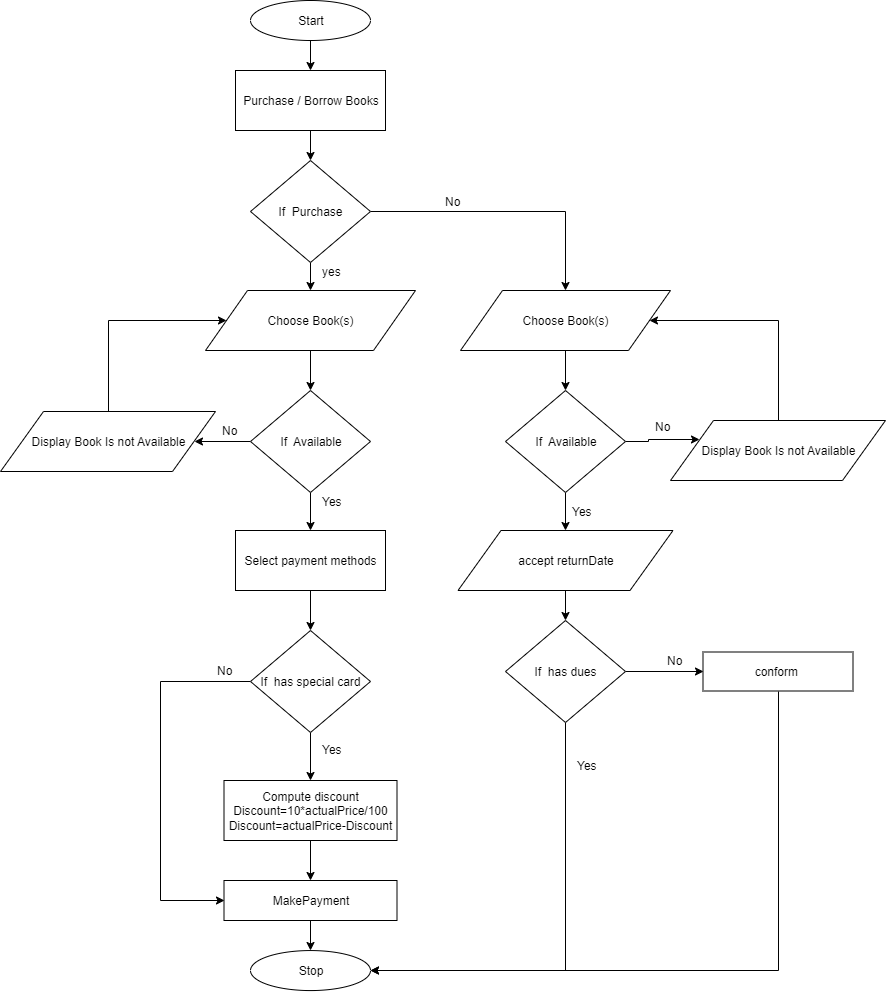
The draw.io diagram LibraryMngmntPurchaseOrBorrowUseCase.png in imads33/week1, before a commit. Source tidied: cells renumbered, new cells last; positions are measured from the earlier drawing's top-left corner, leaving out a move shared by most shapes. Source of this version:
```xml
<mxGraphModel>
  <root>
    <mxCell id="0" />
    <mxCell id="1" parent="0" />
    <mxCell id="2" style="edgeStyle=orthogonalEdgeStyle;rounded=0;jettySize=auto;html=1;" parent="1" edge="1" source="3" target="9">
      <mxGeometry relative="1" as="geometry" />
    </mxCell>
    <mxCell id="3" value="Start" style="ellipse;whiteSpace=wrap;html=1;" parent="1" vertex="1">
      <mxGeometry x="250" width="120" height="40" as="geometry" />
    </mxCell>
    <mxCell id="4" value="Stop" style="ellipse;whiteSpace=wrap;html=1;" parent="1" vertex="1">
      <mxGeometry x="250" y="950.1" width="120" height="40" as="geometry" />
    </mxCell>
    <mxCell id="5" style="edgeStyle=orthogonalEdgeStyle;rounded=0;jettySize=auto;html=1;" parent="1" edge="1" source="7" target="11">
      <mxGeometry relative="1" as="geometry" />
    </mxCell>
    <mxCell id="6" style="edgeStyle=orthogonalEdgeStyle;rounded=0;jettySize=auto;html=1;entryX=0.5;entryY=0;entryDx=0;entryDy=0;" parent="1" edge="1" source="7" target="32">
      <mxGeometry relative="1" as="geometry" />
    </mxCell>
    <mxCell id="7" value="If&amp;nbsp; Purchase" style="rhombus;whiteSpace=wrap;html=1;" parent="1" vertex="1">
      <mxGeometry x="250" y="160" width="120" height="102" as="geometry" />
    </mxCell>
    <mxCell id="8" style="edgeStyle=orthogonalEdgeStyle;rounded=0;jettySize=auto;html=1;" parent="1" edge="1" source="9" target="7">
      <mxGeometry relative="1" as="geometry" />
    </mxCell>
    <mxCell id="9" value="Purchase / Borrow Books" style="rounded=0;whiteSpace=wrap;html=1;" parent="1" vertex="1">
      <mxGeometry x="235" y="70" width="150" height="60" as="geometry" />
    </mxCell>
    <mxCell id="10" style="edgeStyle=orthogonalEdgeStyle;rounded=0;jettySize=auto;html=1;entryX=0.5;entryY=0;entryDx=0;entryDy=0;" parent="1" edge="1" source="11" target="16">
      <mxGeometry relative="1" as="geometry" />
    </mxCell>
    <mxCell id="11" value="Choose Book(s)" style="shape=parallelogram;perimeter=parallelogramPerimeter;whiteSpace=wrap;html=1;" parent="1" vertex="1">
      <mxGeometry x="205" y="290" width="210" height="60" as="geometry" />
    </mxCell>
    <mxCell id="12" style="edgeStyle=orthogonalEdgeStyle;rounded=0;jettySize=auto;html=1;entryX=0;entryY=0.5;entryDx=0;entryDy=0;" parent="1" edge="1" source="13" target="11">
      <mxGeometry relative="1" as="geometry">
        <Array as="points">
          <mxPoint x="108" y="320" />
        </Array>
      </mxGeometry>
    </mxCell>
    <mxCell id="13" value="Display Book Is not Available" style="shape=parallelogram;perimeter=parallelogramPerimeter;whiteSpace=wrap;html=1;" parent="1" vertex="1">
      <mxGeometry y="411" width="215" height="60" as="geometry" />
    </mxCell>
    <mxCell id="14" style="edgeStyle=orthogonalEdgeStyle;rounded=0;jettySize=auto;html=1;entryX=1;entryY=0.5;entryDx=0;entryDy=0;" parent="1" edge="1" source="16" target="13">
      <mxGeometry relative="1" as="geometry" />
    </mxCell>
    <mxCell id="15" style="edgeStyle=orthogonalEdgeStyle;rounded=0;jettySize=auto;html=1;entryX=0.5;entryY=0;entryDx=0;entryDy=0;" parent="1" edge="1" source="16" target="19">
      <mxGeometry relative="1" as="geometry" />
    </mxCell>
    <mxCell id="16" value="If&amp;nbsp; Available" style="rhombus;whiteSpace=wrap;html=1;" parent="1" vertex="1">
      <mxGeometry x="250" y="390" width="120" height="102" as="geometry" />
    </mxCell>
    <mxCell id="17" value="No" style="text;html=1;align=left;verticalAlign=top;spacingTop=-4;" parent="1" vertex="1">
      <mxGeometry x="220" y="421" width="30" height="20" as="geometry" />
    </mxCell>
    <mxCell id="18" style="edgeStyle=orthogonalEdgeStyle;rounded=0;jettySize=auto;html=1;entryX=0.5;entryY=0;entryDx=0;entryDy=0;" parent="1" edge="1" source="19" target="23">
      <mxGeometry relative="1" as="geometry" />
    </mxCell>
    <mxCell id="19" value="Select payment methods" style="rounded=0;whiteSpace=wrap;html=1;" parent="1" vertex="1">
      <mxGeometry x="235" y="530" width="150" height="60" as="geometry" />
    </mxCell>
    <mxCell id="20" value="Yes" style="text;html=1;align=left;verticalAlign=top;spacingTop=-4;" parent="1" vertex="1">
      <mxGeometry x="320" y="492" width="40" height="20" as="geometry" />
    </mxCell>
    <mxCell id="21" style="edgeStyle=orthogonalEdgeStyle;rounded=0;jettySize=auto;html=1;entryX=0.5;entryY=0;entryDx=0;entryDy=0;" parent="1" edge="1" source="23" target="25">
      <mxGeometry relative="1" as="geometry" />
    </mxCell>
    <mxCell id="22" style="edgeStyle=orthogonalEdgeStyle;rounded=0;jettySize=auto;html=1;entryX=0;entryY=0.5;entryDx=0;entryDy=0;exitX=0;exitY=0.5;exitDx=0;exitDy=0;" parent="1" edge="1" source="23" target="27">
      <mxGeometry relative="1" as="geometry">
        <Array as="points">
          <mxPoint x="160" y="681" />
          <mxPoint x="160" y="900" />
        </Array>
      </mxGeometry>
    </mxCell>
    <mxCell id="23" value="If&amp;nbsp; has special card" style="rhombus;whiteSpace=wrap;html=1;" parent="1" vertex="1">
      <mxGeometry x="250" y="630" width="120" height="102" as="geometry" />
    </mxCell>
    <mxCell id="24" style="edgeStyle=orthogonalEdgeStyle;rounded=0;jettySize=auto;html=1;entryX=0.5;entryY=0;entryDx=0;entryDy=0;" parent="1" edge="1" source="25" target="27">
      <mxGeometry relative="1" as="geometry" />
    </mxCell>
    <mxCell id="25" value="Compute discount&lt;br&gt;Discount=10*actualPrice/100&lt;br&gt;Discount=actualPrice-Discount" style="rounded=0;whiteSpace=wrap;html=1;" parent="1" vertex="1">
      <mxGeometry x="223.5" y="780" width="173" height="60" as="geometry" />
    </mxCell>
    <mxCell id="26" style="edgeStyle=orthogonalEdgeStyle;rounded=0;jettySize=auto;html=1;entryX=0.5;entryY=0;entryDx=0;entryDy=0;" parent="1" edge="1" source="27" target="4">
      <mxGeometry relative="1" as="geometry" />
    </mxCell>
    <mxCell id="27" value="MakePayment" style="rounded=0;whiteSpace=wrap;html=1;" parent="1" vertex="1">
      <mxGeometry x="223.5" y="880" width="173" height="40" as="geometry" />
    </mxCell>
    <mxCell id="28" value="Yes" style="text;html=1;align=left;verticalAlign=top;spacingTop=-4;" parent="1" vertex="1">
      <mxGeometry x="320" y="740" width="40" height="20" as="geometry" />
    </mxCell>
    <mxCell id="29" value="No" style="text;html=1;align=left;verticalAlign=top;spacingTop=-4;" parent="1" vertex="1">
      <mxGeometry x="215" y="661" width="30" height="20" as="geometry" />
    </mxCell>
    <mxCell id="30" value="yes" style="text;html=1;align=left;verticalAlign=top;spacingTop=-4;" parent="1" vertex="1">
      <mxGeometry x="320" y="262" width="30" height="20" as="geometry" />
    </mxCell>
    <mxCell id="31" style="edgeStyle=orthogonalEdgeStyle;rounded=0;jettySize=auto;html=1;entryX=0.5;entryY=0;entryDx=0;entryDy=0;" parent="1" edge="1" source="32" target="36">
      <mxGeometry relative="1" as="geometry" />
    </mxCell>
    <mxCell id="32" value="Choose Book(s)" style="shape=parallelogram;perimeter=parallelogramPerimeter;whiteSpace=wrap;html=1;" parent="1" vertex="1">
      <mxGeometry x="460" y="290" width="210" height="60" as="geometry" />
    </mxCell>
    <mxCell id="33" value="No" style="text;html=1;align=left;verticalAlign=top;spacingTop=-4;" parent="1" vertex="1">
      <mxGeometry x="443" y="192" width="30" height="20" as="geometry" />
    </mxCell>
    <mxCell id="34" style="edgeStyle=orthogonalEdgeStyle;rounded=0;jettySize=auto;html=1;entryX=0;entryY=0.25;entryDx=0;entryDy=0;" parent="1" edge="1" source="36" target="38">
      <mxGeometry relative="1" as="geometry" />
    </mxCell>
    <mxCell id="35" style="edgeStyle=orthogonalEdgeStyle;rounded=0;jettySize=auto;html=1;" parent="1" edge="1" source="36" target="41">
      <mxGeometry relative="1" as="geometry" />
    </mxCell>
    <mxCell id="36" value="If&amp;nbsp; Available" style="rhombus;whiteSpace=wrap;html=1;" parent="1" vertex="1">
      <mxGeometry x="505" y="390" width="120" height="102" as="geometry" />
    </mxCell>
    <mxCell id="37" style="edgeStyle=orthogonalEdgeStyle;rounded=0;jettySize=auto;html=1;entryX=1;entryY=0.5;entryDx=0;entryDy=0;" parent="1" edge="1" source="38" target="32">
      <mxGeometry relative="1" as="geometry">
        <Array as="points">
          <mxPoint x="778" y="320" />
        </Array>
      </mxGeometry>
    </mxCell>
    <mxCell id="38" value="Display Book Is not Available" style="shape=parallelogram;perimeter=parallelogramPerimeter;whiteSpace=wrap;html=1;" parent="1" vertex="1">
      <mxGeometry x="670" y="420" width="215" height="60" as="geometry" />
    </mxCell>
    <mxCell id="39" value="No" style="text;html=1;align=left;verticalAlign=top;spacingTop=-4;" parent="1" vertex="1">
      <mxGeometry x="653" y="417" width="30" height="20" as="geometry" />
    </mxCell>
    <mxCell id="40" style="edgeStyle=orthogonalEdgeStyle;rounded=0;jettySize=auto;html=1;" parent="1" edge="1" source="41" target="47">
      <mxGeometry relative="1" as="geometry" />
    </mxCell>
    <mxCell id="41" value="accept returnDate" style="shape=parallelogram;perimeter=parallelogramPerimeter;whiteSpace=wrap;html=1;" parent="1" vertex="1">
      <mxGeometry x="457.5" y="530" width="215" height="60" as="geometry" />
    </mxCell>
    <mxCell id="42" value="Yes" style="text;html=1;align=left;verticalAlign=top;spacingTop=-4;" parent="1" vertex="1">
      <mxGeometry x="570" y="502" width="40" height="20" as="geometry" />
    </mxCell>
    <mxCell id="43" style="edgeStyle=orthogonalEdgeStyle;rounded=0;jettySize=auto;html=1;entryX=1;entryY=0.5;entryDx=0;entryDy=0;exitX=0.5;exitY=1;exitDx=0;exitDy=0;" parent="1" edge="1" source="44" target="4">
      <mxGeometry relative="1" as="geometry" />
    </mxCell>
    <mxCell id="44" value="conform&amp;nbsp;" style="rounded=0;whiteSpace=wrap;html=1;" parent="1" vertex="1">
      <mxGeometry x="702.5" y="651.5" width="150" height="39" as="geometry" />
    </mxCell>
    <mxCell id="45" style="edgeStyle=orthogonalEdgeStyle;rounded=0;jettySize=auto;html=1;entryX=0;entryY=0.5;entryDx=0;entryDy=0;" parent="1" edge="1" source="47" target="44">
      <mxGeometry relative="1" as="geometry" />
    </mxCell>
    <mxCell id="46" style="edgeStyle=orthogonalEdgeStyle;rounded=0;jettySize=auto;html=1;entryX=1;entryY=0.5;entryDx=0;entryDy=0;exitX=0.5;exitY=1;exitDx=0;exitDy=0;" parent="1" edge="1" source="47" target="4">
      <mxGeometry relative="1" as="geometry" />
    </mxCell>
    <mxCell id="47" value="If&amp;nbsp; has dues" style="rhombus;whiteSpace=wrap;html=1;" parent="1" vertex="1">
      <mxGeometry x="505" y="620" width="120" height="102" as="geometry" />
    </mxCell>
    <mxCell id="48" value="No" style="text;html=1;align=left;verticalAlign=top;spacingTop=-4;" parent="1" vertex="1">
      <mxGeometry x="665" y="651" width="30" height="20" as="geometry" />
    </mxCell>
    <mxCell id="49" value="Yes" style="text;html=1;align=left;verticalAlign=top;spacingTop=-4;" parent="1" vertex="1">
      <mxGeometry x="575" y="756" width="40" height="20" as="geometry" />
    </mxCell>
  </root>
</mxGraphModel>
```
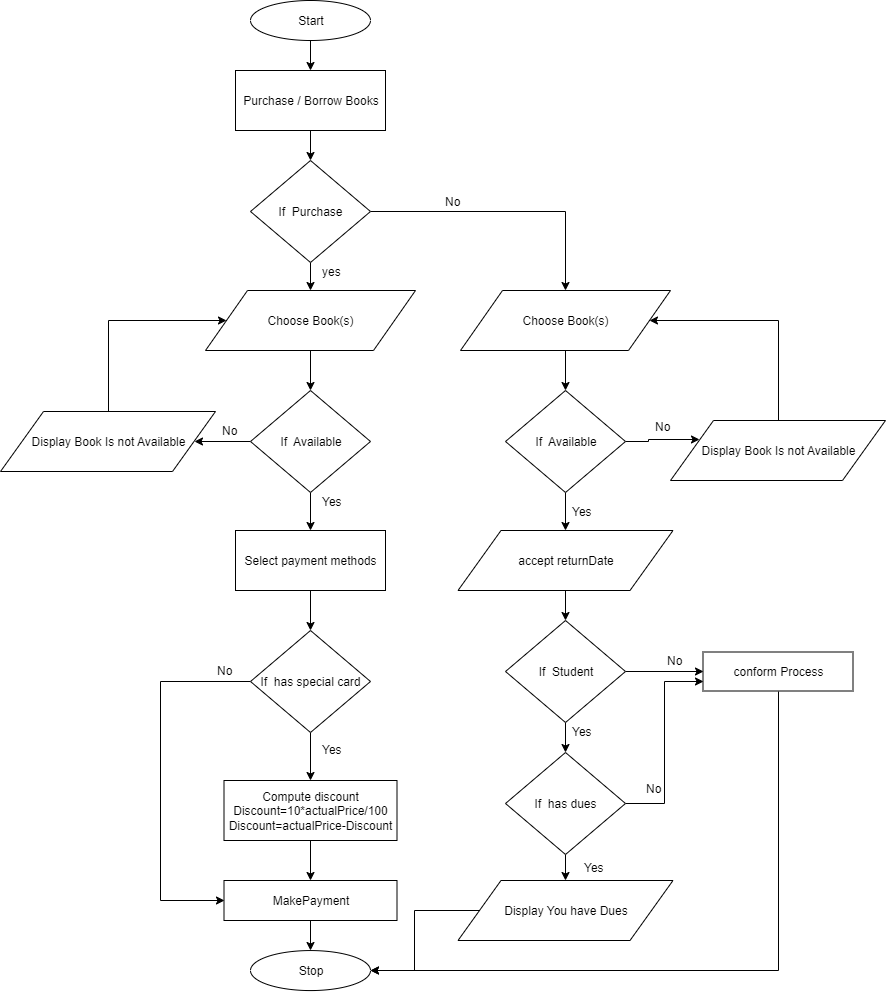
Later version of the same file.

Commit message:
LibraryMngmnt Purchase or Borrow Use Case

Change to the diagram source:
```diff
@@ -141,23 +141,46 @@
     <mxCell id="43" style="edgeStyle=orthogonalEdgeStyle;rounded=0;jettySize=auto;html=1;entryX=1;entryY=0.5;entryDx=0;entryDy=0;exitX=0.5;exitY=1;exitDx=0;exitDy=0;" parent="1" edge="1" source="44" target="4">
       <mxGeometry relative="1" as="geometry" />
     </mxCell>
-    <mxCell id="44" value="conform&amp;nbsp;" style="rounded=0;whiteSpace=wrap;html=1;" parent="1" vertex="1">
+    <mxCell id="44" value="conform Process" style="rounded=0;whiteSpace=wrap;html=1;" parent="1" vertex="1">
       <mxGeometry x="702.5" y="651.5" width="150" height="39" as="geometry" />
     </mxCell>
     <mxCell id="45" style="edgeStyle=orthogonalEdgeStyle;rounded=0;jettySize=auto;html=1;entryX=0;entryY=0.5;entryDx=0;entryDy=0;" parent="1" edge="1" source="47" target="44">
       <mxGeometry relative="1" as="geometry" />
     </mxCell>
-    <mxCell id="46" style="edgeStyle=orthogonalEdgeStyle;rounded=0;jettySize=auto;html=1;entryX=1;entryY=0.5;entryDx=0;entryDy=0;exitX=0.5;exitY=1;exitDx=0;exitDy=0;" parent="1" edge="1" source="47" target="4">
-      <mxGeometry relative="1" as="geometry" />
-    </mxCell>
+    <mxCell id="50" style="edgeStyle=orthogonalEdgeStyle;rounded=0;jettySize=auto;html=1;" parent="1" edge="1" source="47" target="53">
+      <mxGeometry relative="1" as="geometry" />
+    </mxCell>
-    <mxCell id="47" value="If&amp;nbsp; has dues" style="rhombus;whiteSpace=wrap;html=1;" parent="1" vertex="1">
+    <mxCell id="47" value="If&amp;nbsp; Student" style="rhombus;whiteSpace=wrap;html=1;" parent="1" vertex="1">
       <mxGeometry x="505" y="620" width="120" height="102" as="geometry" />
     </mxCell>
     <mxCell id="48" value="No" style="text;html=1;align=left;verticalAlign=top;spacingTop=-4;" parent="1" vertex="1">
       <mxGeometry x="665" y="651" width="30" height="20" as="geometry" />
     </mxCell>
-    <mxCell id="49" value="Yes" style="text;html=1;align=left;verticalAlign=top;spacingTop=-4;" parent="1" vertex="1">
-      <mxGeometry x="575" y="756" width="40" height="20" as="geometry" />
-    </mxCell>
+    <mxCell id="51" style="edgeStyle=orthogonalEdgeStyle;rounded=0;jettySize=auto;html=1;entryX=0;entryY=0.75;entryDx=0;entryDy=0;" parent="1" edge="1" source="53" target="44">
+      <mxGeometry relative="1" as="geometry" />
+    </mxCell>
+    <mxCell id="52" style="edgeStyle=orthogonalEdgeStyle;rounded=0;jettySize=auto;html=1;" parent="1" edge="1" source="53">
+      <mxGeometry relative="1" as="geometry">
+        <mxPoint x="565" y="880" as="targetPoint" />
+      </mxGeometry>
+    </mxCell>
+    <mxCell id="53" value="If&amp;nbsp; has dues" style="rhombus;whiteSpace=wrap;html=1;" parent="1" vertex="1">
+      <mxGeometry x="505" y="752" width="120" height="102" as="geometry" />
+    </mxCell>
+    <mxCell id="54" value="Yes" style="text;html=1;align=left;verticalAlign=top;spacingTop=-4;" parent="1" vertex="1">
+      <mxGeometry x="570" y="722" width="40" height="20" as="geometry" />
+    </mxCell>
+    <mxCell id="55" style="edgeStyle=orthogonalEdgeStyle;rounded=0;jettySize=auto;html=1;entryX=1;entryY=0.5;entryDx=0;entryDy=0;" parent="1" edge="1" source="56" target="4">
+      <mxGeometry relative="1" as="geometry" />
+    </mxCell>
+    <mxCell id="56" value="Display You have Dues" style="shape=parallelogram;perimeter=parallelogramPerimeter;whiteSpace=wrap;html=1;" parent="1" vertex="1">
+      <mxGeometry x="457.5" y="880" width="215" height="60" as="geometry" />
+    </mxCell>
+    <mxCell id="57" value="Yes" style="text;html=1;align=left;verticalAlign=top;spacingTop=-4;" parent="1" vertex="1">
+      <mxGeometry x="582" y="858" width="40" height="20" as="geometry" />
+    </mxCell>
+    <mxCell id="58" value="No" style="text;html=1;align=left;verticalAlign=top;spacingTop=-4;" parent="1" vertex="1">
+      <mxGeometry x="644" y="779" width="30" height="20" as="geometry" />
+    </mxCell>
   </root>
 </mxGraphModel>
```
